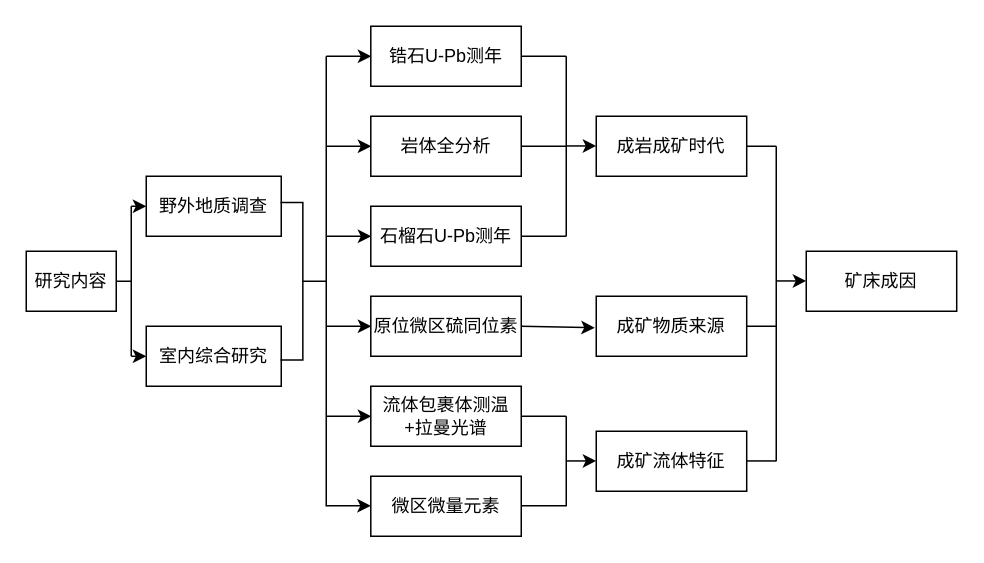
dp0qb/document_img keeps this draw.io diagram as 未命名绘图.drawio. Above is the earlier version. Source tidied: cells renumbered, new cells numbered last; positions are measured from the earlier drawing's top-left corner, leaving out a move shared by most shapes. Both pictures are drawn from the tidied source at 150%, with x=0, y=0 at pixel (26, 26).
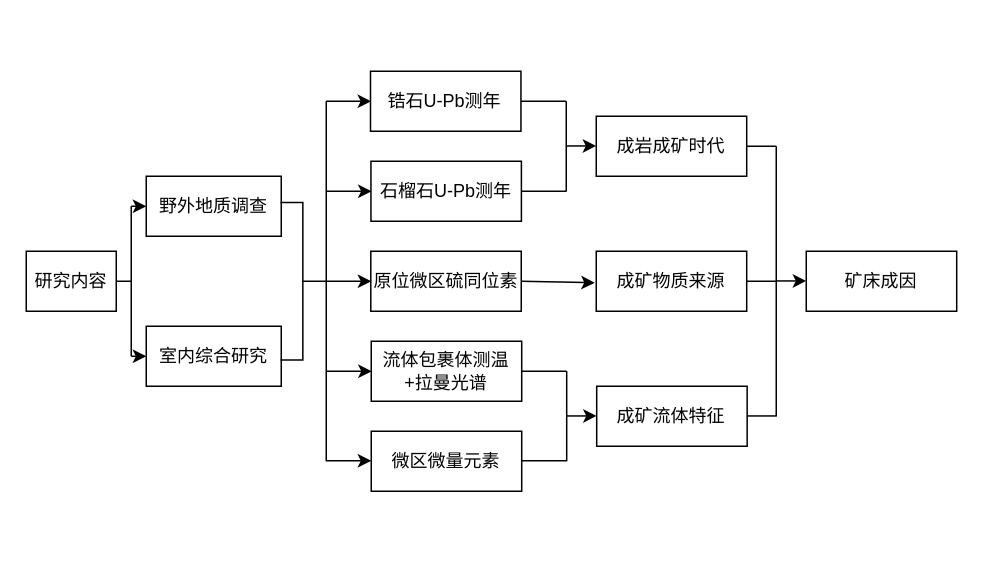
The same diagram, later.

Commit message:
更新未命名绘图.drawio

Change to the diagram source:
```diff
@@
     <mxCell id="5" style="endArrow=none;html=1;rounded=0;" parent="1" edge="1">
       <mxGeometry relative="1" as="geometry">
-        <mxPoint x="200" y="320" as="sourcePoint" />
-        <mxPoint x="200" y="20" as="targetPoint" />
+        <mxPoint x="200" y="290" as="sourcePoint" />
+        <mxPoint x="200" y="50" as="targetPoint" />
         <Array as="points">
           <mxPoint x="200" y="140" />
         </Array>
       </mxGeometry>
     </mxCell>
     <mxCell id="6" style="endArrow=classic;html=1;rounded=0;" parent="1" edge="1">
       <mxGeometry relative="1" as="geometry">
-        <mxPoint x="200" y="20" as="sourcePoint" />
-        <mxPoint x="230" y="20" as="targetPoint" />
+        <mxPoint x="199.9" y="50" as="sourcePoint" />
+        <mxPoint x="229.9" y="50" as="targetPoint" />
       </mxGeometry>
     </mxCell>
-    <mxCell id="7" style="endArrow=classic;html=1;rounded=0;" parent="1" edge="1">
-      <mxGeometry relative="1" as="geometry">
-        <mxPoint x="200" y="80" as="sourcePoint" />
-        <mxPoint x="230" y="80" as="targetPoint" />
-      </mxGeometry>
-    </mxCell>
     <mxCell id="8" style="endArrow=classic;html=1;rounded=0;" parent="1" edge="1">
       <mxGeometry relative="1" as="geometry">
-        <mxPoint x="200" y="140" as="sourcePoint" />
-        <mxPoint x="230" y="140" as="targetPoint" />
+        <mxPoint x="200.2" y="110" as="sourcePoint" />
+        <mxPoint x="230.2" y="110" as="targetPoint" />
       </mxGeometry>
     </mxCell>
     <mxCell id="9" style="endArrow=classic;html=1;rounded=0;" parent="1" edge="1">
       <mxGeometry relative="1" as="geometry">
-        <mxPoint x="200" y="200" as="sourcePoint" />
-        <mxPoint x="230" y="200" as="targetPoint" />
+        <mxPoint x="200" y="170" as="sourcePoint" />
+        <mxPoint x="230" y="170" as="targetPoint" />
         <Array as="points">
-          <mxPoint x="200" y="200" />
+          <mxPoint x="200" y="170" />
         </Array>
       </mxGeometry>
     </mxCell>
     <mxCell id="10" style="endArrow=classic;html=1;rounded=0;" parent="1" edge="1">
       <mxGeometry relative="1" as="geometry">
-        <mxPoint x="200" y="260" as="sourcePoint" />
-        <mxPoint x="230" y="260" as="targetPoint" />
+        <mxPoint x="200.3" y="230" as="sourcePoint" />
+        <mxPoint x="230.3" y="230" as="targetPoint" />
       </mxGeometry>
     </mxCell>
@@
     <mxCell id="17" value="锆石U-Pb测年" style="rounded=0;whiteSpace=wrap;html=1;" parent="1" vertex="1">
-      <mxGeometry x="229.7" width="100.3" height="40" as="geometry" />
+      <mxGeometry x="229.5" y="30" width="100.3" height="40" as="geometry" />
     </mxCell>
     <mxCell id="18" value="石榴石U-Pb测年" style="rounded=0;whiteSpace=wrap;html=1;" parent="1" vertex="1">
-      <mxGeometry x="229.7" y="120" width="100.3" height="40" as="geometry" />
+      <mxGeometry x="229.8" y="90" width="100.3" height="40" as="geometry" />
     </mxCell>
-    <mxCell id="19" value="岩体全分析" style="rounded=0;whiteSpace=wrap;html=1;" parent="1" vertex="1">
-      <mxGeometry x="229.7" y="60" width="100.3" height="40" as="geometry" />
-    </mxCell>
     <mxCell id="20" value="原位微区硫同位素" style="rounded=0;whiteSpace=wrap;html=1;" parent="1" vertex="1">
-      <mxGeometry x="229.7" y="180" width="100.3" height="40" as="geometry" />
+      <mxGeometry x="229.7" y="150" width="100.3" height="40" as="geometry" />
     </mxCell>
     <mxCell id="21" value="流体包裹体测温&lt;br&gt;+拉曼光谱" style="rounded=0;whiteSpace=wrap;html=1;" parent="1" vertex="1">
-      <mxGeometry x="229.7" y="240" width="100.3" height="40" as="geometry" />
+      <mxGeometry x="230" y="210" width="100.3" height="40" as="geometry" />
     </mxCell>
     <mxCell id="22" style="endArrow=none;html=1;rounded=0;" parent="1" edge="1">
       <mxGeometry relative="1" as="geometry">
-        <mxPoint x="360" y="140" as="sourcePoint" />
-        <mxPoint x="360" y="20" as="targetPoint" />
+        <mxPoint x="360" y="110" as="sourcePoint" />
+        <mxPoint x="360" y="50" as="targetPoint" />
       </mxGeometry>
     </mxCell>
     <mxCell id="23" style="endArrow=none;html=1;rounded=0;exitX=1;exitY=0.5;exitDx=0;exitDy=0;" parent="1" edge="1" source="17">
       <mxGeometry relative="1" as="geometry">
-        <mxPoint x="360" y="20" as="targetPoint" />
+        <mxPoint x="359.9" y="50" as="targetPoint" />
       </mxGeometry>
     </mxCell>
-    <mxCell id="24" style="endArrow=none;html=1;rounded=0;exitX=1;exitY=0.5;exitDx=0;exitDy=0;" parent="1" edge="1" source="19">
-      <mxGeometry relative="1" as="geometry">
-        <mxPoint x="360" y="80" as="targetPoint" />
-      </mxGeometry>
-    </mxCell>
     <mxCell id="25" style="endArrow=none;html=1;rounded=0;exitX=1;exitY=0.5;exitDx=0;exitDy=0;" parent="1" edge="1" source="21">
       <mxGeometry relative="1" as="geometry">
-        <mxPoint x="360" y="260" as="targetPoint" />
+        <mxPoint x="360.3" y="230" as="targetPoint" />
       </mxGeometry>
     </mxCell>
@@
     <mxCell id="27" style="endArrow=classic;html=1;rounded=0;" parent="1" edge="1">
       <mxGeometry relative="1" as="geometry">
-        <mxPoint x="360" y="289.8" as="sourcePoint" />
-        <mxPoint x="380" y="289.8" as="targetPoint" />
+        <mxPoint x="360.3" y="259.8" as="sourcePoint" />
+        <mxPoint x="380.3" y="259.8" as="targetPoint" />
       </mxGeometry>
     </mxCell>
     <mxCell id="28" value="成矿流体特征" style="rounded=0;whiteSpace=wrap;html=1;" parent="1" vertex="1">
-      <mxGeometry x="380" y="270" width="100.3" height="40" as="geometry" />
+      <mxGeometry x="380.3" y="240" width="100.3" height="40" as="geometry" />
     </mxCell>
     <mxCell id="29" value="成矿物质来源" style="rounded=0;whiteSpace=wrap;html=1;" parent="1" vertex="1">
-      <mxGeometry x="380" y="180" width="100.3" height="40" as="geometry" />
+      <mxGeometry x="380" y="150" width="100.3" height="40" as="geometry" />
     </mxCell>
@@
     <mxCell id="31" style="endArrow=none;html=1;rounded=0;" parent="1" edge="1">
       <mxGeometry relative="1" as="geometry">
-        <mxPoint x="500" y="290" as="sourcePoint" />
+        <mxPoint x="500" y="260" as="sourcePoint" />
         <mxPoint x="500" y="80" as="targetPoint" />
       </mxGeometry>
     </mxCell>
@@
     <mxCell id="33" style="endArrow=none;html=1;rounded=0;" parent="1" edge="1">
       <mxGeometry relative="1" as="geometry">
-        <mxPoint x="480.3" y="200" as="sourcePoint" />
-        <mxPoint x="500" y="200" as="targetPoint" />
+        <mxPoint x="480.3" y="170" as="sourcePoint" />
+        <mxPoint x="500" y="170" as="targetPoint" />
       </mxGeometry>
     </mxCell>
     <mxCell id="34" style="endArrow=none;html=1;rounded=0;" parent="1" edge="1">
       <mxGeometry relative="1" as="geometry">
-        <mxPoint x="480.3" y="289.8" as="sourcePoint" />
-        <mxPoint x="500" y="289.8" as="targetPoint" />
+        <mxPoint x="480.6" y="259.8" as="sourcePoint" />
+        <mxPoint x="500.3" y="259.8" as="targetPoint" />
       </mxGeometry>
     </mxCell>
@@
     <mxCell id="37" value="微区微量元素" style="rounded=0;whiteSpace=wrap;html=1;" parent="1" vertex="1">
-      <mxGeometry x="229.7" y="300" width="100.3" height="40" as="geometry" />
+      <mxGeometry x="230" y="270" width="100.3" height="40" as="geometry" />
     </mxCell>
     <mxCell id="38" style="endArrow=classic;html=1;rounded=0;" parent="1" edge="1">
       <mxGeometry relative="1" as="geometry">
-        <mxPoint x="199.7" y="319.7" as="sourcePoint" />
-        <mxPoint x="229.7" y="319.7" as="targetPoint" />
+        <mxPoint x="200" y="289.7" as="sourcePoint" />
+        <mxPoint x="230" y="289.7" as="targetPoint" />
       </mxGeometry>
     </mxCell>
     <mxCell id="39" style="endArrow=none;html=1;rounded=0;exitX=1;exitY=0.5;exitDx=0;exitDy=0;" parent="1" edge="1">
       <mxGeometry relative="1" as="geometry">
-        <mxPoint x="330" y="319.7" as="sourcePoint" />
-        <mxPoint x="360" y="319.7" as="targetPoint" />
+        <mxPoint x="330.3" y="289.7" as="sourcePoint" />
+        <mxPoint x="360.3" y="289.7" as="targetPoint" />
       </mxGeometry>
     </mxCell>
     <mxCell id="40" style="endArrow=none;html=1;rounded=0;" parent="1" edge="1">
       <mxGeometry relative="1" as="geometry">
-        <mxPoint x="360" y="320" as="sourcePoint" />
-        <mxPoint x="360" y="260" as="targetPoint" />
+        <mxPoint x="360.3" y="290" as="sourcePoint" />
+        <mxPoint x="360.3" y="230" as="targetPoint" />
       </mxGeometry>
     </mxCell>
     <mxCell id="41" style="endArrow=classic;html=1;rounded=0;exitX=1;exitY=0.5;exitDx=0;exitDy=0;entryX=-0.01;entryY=0.452;entryDx=0;entryDy=0;entryPerimeter=0;" parent="1" edge="1">
       <mxGeometry relative="1" as="geometry">
-        <mxPoint x="330" y="200" as="sourcePoint" />
-        <mxPoint x="379" y="201" as="targetPoint" />
+        <mxPoint x="330" y="170" as="sourcePoint" />
+        <mxPoint x="379" y="171" as="targetPoint" />
       </mxGeometry>
     </mxCell>
     <mxCell id="42" style="endArrow=none;html=1;rounded=0;" parent="1" edge="1">
       <mxGeometry relative="1" as="geometry">
-        <mxPoint x="330" y="140" as="sourcePoint" />
-        <mxPoint x="360" y="140" as="targetPoint" />
+        <mxPoint x="330.2" y="110" as="sourcePoint" />
+        <mxPoint x="360.2" y="110" as="targetPoint" />
       </mxGeometry>
     </mxCell>
```
